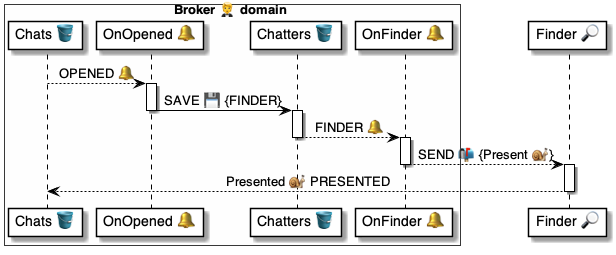
pollyweb-org/pollyweb-docs keeps this PlantUML diagram as 4 ⚙️ Solution/20 🧑‍🦰 UI/Brokers 🤵/🤵🪣 Broker tables/Chatters 👥 table/🪣🔔 1 Finder/🤵 OnChatterFinder ⚙️ uml.png. Above is the earlier version. Its source is kept beside it as 4 ⚙️ Solution/20 🧑‍🦰 UI/Brokers 🤵/🤵🪣 Broker tables/Chatters 👥 table/🪣🔔 1 Finder/🤵 OnChatterFinder ⚙️ uml.puml.
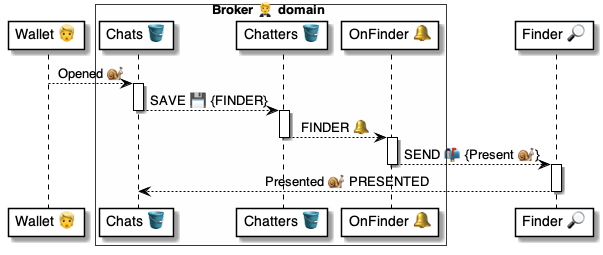
Later version of the same file.

Diff of the diagram source:
```diff
@@ -1,21 +1,19 @@
 @startuml OnChatterFinder
 
-
+participant "Wallet 👱" as wallet
 box Broker 🤵 domain #FFFFFA
     participant "Chats 🪣" as chats
-    participant "OnOpened 🔔" as script
     participant "Chatters 🪣" as table
     participant "OnFinder 🔔" as handler
 end box
-
 participant "Finder 🔎" as finder
 
 
-chats --> script: OPENED 🔔
+wallet --> chats: Opened 🐌
 
-activate script
-    script -> table: SAVE 💾 {FINDER}
-deactivate script
+activate chats
+    chats --> table: SAVE 💾 {FINDER}
+deactivate chats
 
 activate table
     table --> handler: FINDER 🔔
```
